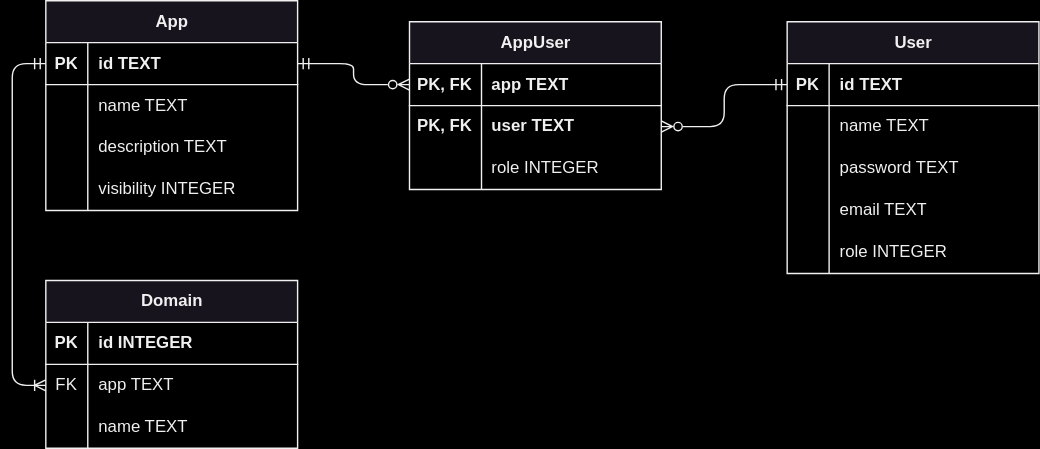
IamNanjo/authserver keeps this draw.io diagram as ER-diagram.svg. Above is the earlier version. Source tidied: cells renumbered, new cells last; positions are measured from the earlier drawing's top-left corner, leaving out a move shared by most shapes. The source it was exported from:
```xml
<mxGraphModel background="#000000">
  <root>
    <mxCell id="0" />
    <mxCell id="1" parent="0" />
    <mxCell id="2" value="App" style="shape=table;startSize=30;rowLines=0;fontStyle=1;align=center;html=1;" parent="1" vertex="1">
      <mxGeometry x="24" width="180" height="150" as="geometry" />
    </mxCell>
    <mxCell id="3" style="shape=tableRow;horizontal=0;startSize=0;swimlaneHead=0;swimlaneBody=0;fillColor=none;points=[[0,0.5],[1,0.5]];portConstraint=eastwest;top=0;left=0;right=0;bottom=1;fontStyle=0;" parent="2" vertex="1">
      <mxGeometry y="30" width="180" height="30" as="geometry" />
    </mxCell>
    <mxCell id="4" value="PK" style="shape=partialRectangle;fillColor=none;top=0;left=0;bottom=0;right=0;fontStyle=1;overflow=hidden;whiteSpace=wrap;html=1;" parent="3" vertex="1">
      <mxGeometry width="30" height="30" as="geometry" />
    </mxCell>
    <mxCell id="5" value="id TEXT" style="shape=partialRectangle;fillColor=none;top=0;left=0;bottom=0;right=0;align=left;spacingLeft=6;fontStyle=1;overflow=hidden;whiteSpace=wrap;html=1;" parent="3" vertex="1">
      <mxGeometry x="30" width="150" height="30" as="geometry" />
    </mxCell>
    <mxCell id="6" style="shape=tableRow;horizontal=0;startSize=0;swimlaneHead=0;swimlaneBody=0;fillColor=none;top=0;left=0;right=0;bottom=0;fontStyle=0;" parent="2" vertex="1">
      <mxGeometry y="60" width="180" height="30" as="geometry" />
    </mxCell>
    <mxCell id="7" style="shape=partialRectangle;fillColor=none;top=0;left=0;bottom=0;right=0;overflow=hidden;whiteSpace=wrap;html=1;fontStyle=0;" parent="6" vertex="1">
      <mxGeometry width="30" height="30" as="geometry" />
    </mxCell>
    <mxCell id="8" value="name TEXT" style="shape=partialRectangle;fillColor=none;top=0;left=0;bottom=0;right=0;align=left;spacingLeft=6;overflow=hidden;whiteSpace=wrap;html=1;fontStyle=0;" parent="6" vertex="1">
      <mxGeometry x="30" width="150" height="30" as="geometry" />
    </mxCell>
    <mxCell id="9" style="shape=tableRow;horizontal=0;startSize=0;swimlaneHead=0;swimlaneBody=0;fillColor=none;top=0;left=0;right=0;bottom=0;fontStyle=0;" parent="2" vertex="1">
      <mxGeometry y="90" width="180" height="30" as="geometry" />
    </mxCell>
    <mxCell id="10" style="shape=partialRectangle;fillColor=none;top=0;left=0;bottom=0;right=0;overflow=hidden;whiteSpace=wrap;html=1;fontStyle=0;" parent="9" vertex="1">
      <mxGeometry width="30" height="30" as="geometry" />
    </mxCell>
    <mxCell id="11" value="description TEXT" style="shape=partialRectangle;fillColor=none;top=0;left=0;bottom=0;right=0;align=left;spacingLeft=6;overflow=hidden;whiteSpace=wrap;html=1;fontStyle=0;" parent="9" vertex="1">
      <mxGeometry x="30" width="150" height="30" as="geometry" />
    </mxCell>
    <mxCell id="12" style="shape=tableRow;horizontal=0;startSize=0;swimlaneHead=0;swimlaneBody=0;fillColor=none;top=0;left=0;right=0;bottom=0;fontStyle=0;" parent="2" vertex="1">
      <mxGeometry y="120" width="180" height="30" as="geometry" />
    </mxCell>
    <mxCell id="13" style="shape=partialRectangle;fillColor=none;top=0;left=0;bottom=0;right=0;overflow=hidden;whiteSpace=wrap;html=1;fontStyle=0;" parent="12" vertex="1">
      <mxGeometry width="30" height="30" as="geometry" />
    </mxCell>
    <mxCell id="14" value="visibility INTEGER" style="shape=partialRectangle;fillColor=none;top=0;left=0;bottom=0;right=0;align=left;spacingLeft=6;overflow=hidden;whiteSpace=wrap;html=1;fontStyle=0;" parent="12" vertex="1">
      <mxGeometry x="30" width="150" height="30" as="geometry" />
    </mxCell>
    <mxCell id="15" value="User" style="shape=table;startSize=30;rowLines=0;fontStyle=1;align=center;html=1;" parent="1" vertex="1">
      <mxGeometry x="554" y="15" width="180" height="180" as="geometry" />
    </mxCell>
    <mxCell id="16" style="shape=tableRow;horizontal=0;startSize=0;swimlaneHead=0;swimlaneBody=0;fillColor=none;points=[[0,0.5],[1,0.5]];portConstraint=eastwest;top=0;left=0;right=0;bottom=1;fontStyle=0;" parent="15" vertex="1">
      <mxGeometry y="30" width="180" height="30" as="geometry" />
    </mxCell>
    <mxCell id="17" value="PK" style="shape=partialRectangle;fillColor=none;top=0;left=0;bottom=0;right=0;fontStyle=1;overflow=hidden;whiteSpace=wrap;html=1;" parent="16" vertex="1">
      <mxGeometry width="30" height="30" as="geometry" />
    </mxCell>
    <mxCell id="18" value="id TEXT" style="shape=partialRectangle;fillColor=none;top=0;left=0;bottom=0;right=0;align=left;spacingLeft=6;fontStyle=1;overflow=hidden;whiteSpace=wrap;html=1;" parent="16" vertex="1">
      <mxGeometry x="30" width="150" height="30" as="geometry" />
    </mxCell>
    <mxCell id="19" style="shape=tableRow;horizontal=0;startSize=0;swimlaneHead=0;swimlaneBody=0;fillColor=none;top=0;left=0;right=0;bottom=0;fontStyle=0;" parent="15" vertex="1">
      <mxGeometry y="60" width="180" height="30" as="geometry" />
    </mxCell>
    <mxCell id="20" style="shape=partialRectangle;fillColor=none;top=0;left=0;bottom=0;right=0;overflow=hidden;whiteSpace=wrap;html=1;fontStyle=0;" parent="19" vertex="1">
      <mxGeometry width="30" height="30" as="geometry" />
    </mxCell>
    <mxCell id="21" value="name TEXT" style="shape=partialRectangle;fillColor=none;top=0;left=0;bottom=0;right=0;align=left;spacingLeft=6;overflow=hidden;whiteSpace=wrap;html=1;fontStyle=0;" parent="19" vertex="1">
      <mxGeometry x="30" width="150" height="30" as="geometry" />
    </mxCell>
    <mxCell id="22" style="shape=tableRow;horizontal=0;startSize=0;swimlaneHead=0;swimlaneBody=0;fillColor=none;top=0;left=0;right=0;bottom=0;fontStyle=0;" parent="15" vertex="1">
      <mxGeometry y="90" width="180" height="30" as="geometry" />
    </mxCell>
    <mxCell id="23" style="shape=partialRectangle;fillColor=none;top=0;left=0;bottom=0;right=0;overflow=hidden;whiteSpace=wrap;html=1;fontStyle=0;" parent="22" vertex="1">
      <mxGeometry width="30" height="30" as="geometry" />
    </mxCell>
    <mxCell id="24" value="password TEXT" style="shape=partialRectangle;fillColor=none;top=0;left=0;bottom=0;right=0;align=left;spacingLeft=6;overflow=hidden;whiteSpace=wrap;html=1;fontStyle=0;" parent="22" vertex="1">
      <mxGeometry x="30" width="150" height="30" as="geometry" />
    </mxCell>
    <mxCell id="25" style="shape=tableRow;horizontal=0;startSize=0;swimlaneHead=0;swimlaneBody=0;fillColor=none;top=0;left=0;right=0;bottom=0;fontStyle=0;" parent="15" vertex="1">
      <mxGeometry y="120" width="180" height="30" as="geometry" />
    </mxCell>
    <mxCell id="26" style="shape=partialRectangle;fillColor=none;top=0;left=0;bottom=0;right=0;overflow=hidden;whiteSpace=wrap;html=1;fontStyle=0;" parent="25" vertex="1">
      <mxGeometry width="30" height="30" as="geometry" />
    </mxCell>
    <mxCell id="27" value="email TEXT" style="shape=partialRectangle;fillColor=none;top=0;left=0;bottom=0;right=0;align=left;spacingLeft=6;overflow=hidden;whiteSpace=wrap;html=1;fontStyle=0;" parent="25" vertex="1">
      <mxGeometry x="30" width="150" height="30" as="geometry" />
    </mxCell>
    <mxCell id="28" style="shape=tableRow;horizontal=0;startSize=0;swimlaneHead=0;swimlaneBody=0;fillColor=none;top=0;left=0;right=0;bottom=0;fontStyle=0;" parent="15" vertex="1">
      <mxGeometry y="150" width="180" height="30" as="geometry" />
    </mxCell>
    <mxCell id="29" style="shape=partialRectangle;fillColor=none;top=0;left=0;bottom=0;right=0;overflow=hidden;whiteSpace=wrap;html=1;fontStyle=0;" parent="28" vertex="1">
      <mxGeometry width="30" height="30" as="geometry" />
    </mxCell>
    <mxCell id="30" value="role INTEGER" style="shape=partialRectangle;fillColor=none;top=0;left=0;bottom=0;right=0;align=left;spacingLeft=6;overflow=hidden;whiteSpace=wrap;html=1;fontStyle=0;" parent="28" vertex="1">
      <mxGeometry x="30" width="150" height="30" as="geometry" />
    </mxCell>
    <mxCell id="31" value="AppUser" style="shape=table;startSize=30;rowLines=0;fontStyle=1;align=center;html=1;" parent="1" vertex="1">
      <mxGeometry x="284" y="15" width="180" height="120" as="geometry" />
    </mxCell>
    <mxCell id="32" style="shape=tableRow;horizontal=0;startSize=0;swimlaneHead=0;swimlaneBody=0;fillColor=none;points=[[0,0.5],[1,0.5]];portConstraint=eastwest;top=0;left=0;right=0;bottom=1;fontStyle=0;" parent="31" vertex="1">
      <mxGeometry y="30" width="180" height="30" as="geometry" />
    </mxCell>
    <mxCell id="33" value="PK, FK" style="shape=partialRectangle;fillColor=none;top=0;left=0;bottom=0;right=0;fontStyle=1;overflow=hidden;whiteSpace=wrap;html=1;" parent="32" vertex="1">
      <mxGeometry width="51.5" height="30" as="geometry" />
    </mxCell>
    <mxCell id="34" value="app TEXT" style="shape=partialRectangle;fillColor=none;top=0;left=0;bottom=0;right=0;align=left;spacingLeft=6;fontStyle=1;overflow=hidden;whiteSpace=wrap;html=1;" parent="32" vertex="1">
      <mxGeometry x="51.5" width="128.5" height="30" as="geometry" />
    </mxCell>
    <mxCell id="35" style="shape=tableRow;horizontal=0;startSize=0;swimlaneHead=0;swimlaneBody=0;fillColor=none;points=[[0,0.5],[1,0.5]];portConstraint=eastwest;top=0;left=0;right=0;bottom=0;fontStyle=1;" parent="31" vertex="1">
      <mxGeometry y="60" width="180" height="30" as="geometry" />
    </mxCell>
    <mxCell id="36" value="PK, FK" style="shape=partialRectangle;fillColor=none;top=0;left=0;bottom=0;right=0;overflow=hidden;whiteSpace=wrap;html=1;fontStyle=1;" parent="35" vertex="1">
      <mxGeometry width="51.5" height="30" as="geometry" />
    </mxCell>
    <mxCell id="37" value="user TEXT" style="shape=partialRectangle;fillColor=none;top=0;left=0;bottom=0;right=0;align=left;spacingLeft=6;overflow=hidden;whiteSpace=wrap;html=1;fontStyle=1;" parent="35" vertex="1">
      <mxGeometry x="51.5" width="128.5" height="30" as="geometry" />
    </mxCell>
    <mxCell id="38" style="shape=tableRow;horizontal=0;startSize=0;swimlaneHead=0;swimlaneBody=0;fillColor=none;top=0;left=0;right=0;bottom=0;fontStyle=0;" parent="31" vertex="1">
      <mxGeometry y="90" width="180" height="30" as="geometry" />
    </mxCell>
    <mxCell id="39" style="shape=partialRectangle;fillColor=none;top=0;left=0;bottom=0;right=0;overflow=hidden;whiteSpace=wrap;html=1;fontStyle=0;" parent="38" vertex="1">
      <mxGeometry width="51.5" height="30" as="geometry" />
    </mxCell>
    <mxCell id="40" value="role INTEGER" style="shape=partialRectangle;fillColor=none;top=0;left=0;bottom=0;right=0;align=left;spacingLeft=6;overflow=hidden;whiteSpace=wrap;html=1;fontStyle=0;" parent="38" vertex="1">
      <mxGeometry x="51.5" width="128.5" height="30" as="geometry" />
    </mxCell>
    <mxCell id="41" style="edgeStyle=orthogonalEdgeStyle;rounded=1;jettySize=auto;html=1;entryX=1;entryY=0.5;entryDx=0;entryDy=0;endArrow=ERmandOne;endFill=0;startArrow=ERzeroToMany;startFill=0;curved=0;" parent="1" edge="1" source="32" target="3">
      <mxGeometry relative="1" as="geometry" />
    </mxCell>
    <mxCell id="42" style="edgeStyle=orthogonalEdgeStyle;rounded=1;jettySize=auto;html=1;entryX=0;entryY=0.5;entryDx=0;entryDy=0;endArrow=ERmandOne;endFill=0;startArrow=ERzeroToMany;startFill=0;curved=0;" parent="1" edge="1" source="35" target="16">
      <mxGeometry relative="1" as="geometry" />
    </mxCell>
    <mxCell id="43" style="edgeStyle=orthogonalEdgeStyle;rounded=1;jettySize=auto;html=1;entryX=0;entryY=0.5;entryDx=0;entryDy=0;curved=0;startArrow=ERoneToMany;startFill=0;endArrow=ERmandOne;endFill=0;exitX=0;exitY=0.5;exitDx=0;exitDy=0;" parent="1" edge="1" source="48" target="3">
      <mxGeometry relative="1" as="geometry">
        <Array as="points">
          <mxPoint y="275" />
          <mxPoint y="45" />
        </Array>
      </mxGeometry>
    </mxCell>
    <mxCell id="44" value="Domain" style="shape=table;startSize=30;rowLines=0;fontStyle=1;align=center;html=1;" parent="1" vertex="1">
      <mxGeometry x="24" y="200" width="180" height="120" as="geometry" />
    </mxCell>
    <mxCell id="45" style="shape=tableRow;horizontal=0;startSize=0;swimlaneHead=0;swimlaneBody=0;fillColor=none;top=0;left=0;right=0;bottom=1;fontStyle=0;" parent="44" vertex="1">
      <mxGeometry y="30" width="180" height="30" as="geometry" />
    </mxCell>
    <mxCell id="46" value="PK" style="shape=partialRectangle;fillColor=none;top=0;left=0;bottom=0;right=0;fontStyle=1;overflow=hidden;whiteSpace=wrap;html=1;" parent="45" vertex="1">
      <mxGeometry width="30" height="30" as="geometry" />
    </mxCell>
    <mxCell id="47" value="id INTEGER" style="shape=partialRectangle;fillColor=none;top=0;left=0;bottom=0;right=0;align=left;spacingLeft=6;fontStyle=1;overflow=hidden;whiteSpace=wrap;html=1;" parent="45" vertex="1">
      <mxGeometry x="30" width="150" height="30" as="geometry" />
    </mxCell>
    <mxCell id="48" style="shape=tableRow;horizontal=0;startSize=0;swimlaneHead=0;swimlaneBody=0;fillColor=none;points=[[0,0.5],[1,0.5]];portConstraint=eastwest;top=0;left=0;right=0;bottom=0;fontStyle=0;" parent="44" vertex="1">
      <mxGeometry y="60" width="180" height="30" as="geometry" />
    </mxCell>
    <mxCell id="49" value="FK" style="shape=partialRectangle;fillColor=none;top=0;left=0;bottom=0;right=0;overflow=hidden;whiteSpace=wrap;html=1;fontStyle=0;" parent="48" vertex="1">
      <mxGeometry width="30" height="30" as="geometry" />
    </mxCell>
    <mxCell id="50" value="app TEXT" style="shape=partialRectangle;fillColor=none;top=0;left=0;bottom=0;right=0;align=left;spacingLeft=6;overflow=hidden;whiteSpace=wrap;html=1;fontStyle=0;" parent="48" vertex="1">
      <mxGeometry x="30" width="150" height="30" as="geometry" />
    </mxCell>
    <mxCell id="51" style="shape=tableRow;horizontal=0;startSize=0;swimlaneHead=0;swimlaneBody=0;fillColor=none;top=0;left=0;right=0;bottom=0;fontStyle=0;" parent="44" vertex="1">
      <mxGeometry y="90" width="180" height="30" as="geometry" />
    </mxCell>
    <mxCell id="52" style="shape=partialRectangle;fillColor=none;top=0;left=0;bottom=0;right=0;overflow=hidden;whiteSpace=wrap;html=1;fontStyle=0;" parent="51" vertex="1">
      <mxGeometry width="30" height="30" as="geometry" />
    </mxCell>
    <mxCell id="53" value="name TEXT" style="shape=partialRectangle;fillColor=none;top=0;left=0;bottom=0;right=0;align=left;spacingLeft=6;overflow=hidden;whiteSpace=wrap;html=1;fontStyle=0;" parent="51" vertex="1">
      <mxGeometry x="30" width="150" height="30" as="geometry" />
    </mxCell>
  </root>
</mxGraphModel>
```
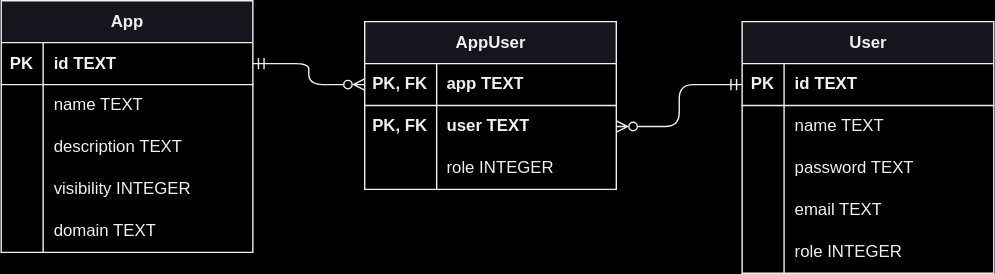
After the change.

Commit message:
Store unique domain in App table

What changed in the source:
```diff
@@ -3,7 +3,7 @@
     <mxCell id="0" />
     <mxCell id="1" parent="0" />
     <mxCell id="2" value="App" style="shape=table;startSize=30;rowLines=0;fontStyle=1;align=center;html=1;" parent="1" vertex="1">
-      <mxGeometry x="24" width="180" height="150" as="geometry" />
+      <mxGeometry x="24" width="180" height="180" as="geometry" />
     </mxCell>
     <mxCell id="3" style="shape=tableRow;horizontal=0;startSize=0;swimlaneHead=0;swimlaneBody=0;fillColor=none;points=[[0,0.5],[1,0.5]];portConstraint=eastwest;top=0;left=0;right=0;bottom=1;fontStyle=0;" parent="2" vertex="1">
       <mxGeometry y="30" width="180" height="30" as="geometry" />
@@ -41,6 +41,15 @@
     <mxCell id="14" value="visibility INTEGER" style="shape=partialRectangle;fillColor=none;top=0;left=0;bottom=0;right=0;align=left;spacingLeft=6;overflow=hidden;whiteSpace=wrap;html=1;fontStyle=0;" parent="12" vertex="1">
       <mxGeometry x="30" width="150" height="30" as="geometry" />
     </mxCell>
+    <mxCell id="54" style="shape=tableRow;horizontal=0;startSize=0;swimlaneHead=0;swimlaneBody=0;fillColor=none;top=0;left=0;right=0;bottom=0;fontStyle=0;" parent="2" vertex="1">
+      <mxGeometry y="150" width="180" height="30" as="geometry" />
+    </mxCell>
+    <mxCell id="52" style="shape=partialRectangle;fillColor=none;top=0;left=0;bottom=0;right=0;overflow=hidden;whiteSpace=wrap;html=1;fontStyle=0;" parent="54" vertex="1">
+      <mxGeometry width="30" height="30" as="geometry" />
+    </mxCell>
+    <mxCell id="55" value="domain TEXT" style="shape=partialRectangle;fillColor=none;top=0;left=0;bottom=0;right=0;align=left;spacingLeft=6;overflow=hidden;whiteSpace=wrap;html=1;fontStyle=0;" parent="54" vertex="1">
+      <mxGeometry x="30" width="150" height="30" as="geometry" />
+    </mxCell>
     <mxCell id="15" value="User" style="shape=table;startSize=30;rowLines=0;fontStyle=1;align=center;html=1;" parent="1" vertex="1">
       <mxGeometry x="554" y="15" width="180" height="180" as="geometry" />
     </mxCell>
@@ -125,43 +134,5 @@
     <mxCell id="42" style="edgeStyle=orthogonalEdgeStyle;rounded=1;jettySize=auto;html=1;entryX=0;entryY=0.5;entryDx=0;entryDy=0;endArrow=ERmandOne;endFill=0;startArrow=ERzeroToMany;startFill=0;curved=0;" parent="1" edge="1" source="35" target="16">
       <mxGeometry relative="1" as="geometry" />
     </mxCell>
-    <mxCell id="43" style="edgeStyle=orthogonalEdgeStyle;rounded=1;jettySize=auto;html=1;entryX=0;entryY=0.5;entryDx=0;entryDy=0;curved=0;startArrow=ERoneToMany;startFill=0;endArrow=ERmandOne;endFill=0;exitX=0;exitY=0.5;exitDx=0;exitDy=0;" parent="1" edge="1" source="48" target="3">
-      <mxGeometry relative="1" as="geometry">
-        <Array as="points">
-          <mxPoint y="275" />
-          <mxPoint y="45" />
-        </Array>
-      </mxGeometry>
-    </mxCell>
-    <mxCell id="44" value="Domain" style="shape=table;startSize=30;rowLines=0;fontStyle=1;align=center;html=1;" parent="1" vertex="1">
-      <mxGeometry x="24" y="200" width="180" height="120" as="geometry" />
-    </mxCell>
-    <mxCell id="45" style="shape=tableRow;horizontal=0;startSize=0;swimlaneHead=0;swimlaneBody=0;fillColor=none;top=0;left=0;right=0;bottom=1;fontStyle=0;" parent="44" vertex="1">
-      <mxGeometry y="30" width="180" height="30" as="geometry" />
-    </mxCell>
-    <mxCell id="46" value="PK" style="shape=partialRectangle;fillColor=none;top=0;left=0;bottom=0;right=0;fontStyle=1;overflow=hidden;whiteSpace=wrap;html=1;" parent="45" vertex="1">
-      <mxGeometry width="30" height="30" as="geometry" />
-    </mxCell>
-    <mxCell id="47" value="id INTEGER" style="shape=partialRectangle;fillColor=none;top=0;left=0;bottom=0;right=0;align=left;spacingLeft=6;fontStyle=1;overflow=hidden;whiteSpace=wrap;html=1;" parent="45" vertex="1">
-      <mxGeometry x="30" width="150" height="30" as="geometry" />
-    </mxCell>
-    <mxCell id="48" style="shape=tableRow;horizontal=0;startSize=0;swimlaneHead=0;swimlaneBody=0;fillColor=none;points=[[0,0.5],[1,0.5]];portConstraint=eastwest;top=0;left=0;right=0;bottom=0;fontStyle=0;" parent="44" vertex="1">
-      <mxGeometry y="60" width="180" height="30" as="geometry" />
-    </mxCell>
-    <mxCell id="49" value="FK" style="shape=partialRectangle;fillColor=none;top=0;left=0;bottom=0;right=0;overflow=hidden;whiteSpace=wrap;html=1;fontStyle=0;" parent="48" vertex="1">
-      <mxGeometry width="30" height="30" as="geometry" />
-    </mxCell>
-    <mxCell id="50" value="app TEXT" style="shape=partialRectangle;fillColor=none;top=0;left=0;bottom=0;right=0;align=left;spacingLeft=6;overflow=hidden;whiteSpace=wrap;html=1;fontStyle=0;" parent="48" vertex="1">
-      <mxGeometry x="30" width="150" height="30" as="geometry" />
-    </mxCell>
-    <mxCell id="51" style="shape=tableRow;horizontal=0;startSize=0;swimlaneHead=0;swimlaneBody=0;fillColor=none;top=0;left=0;right=0;bottom=0;fontStyle=0;" parent="44" vertex="1">
-      <mxGeometry y="90" width="180" height="30" as="geometry" />
-    </mxCell>
-    <mxCell id="52" style="shape=partialRectangle;fillColor=none;top=0;left=0;bottom=0;right=0;overflow=hidden;whiteSpace=wrap;html=1;fontStyle=0;" parent="51" vertex="1">
-      <mxGeometry width="30" height="30" as="geometry" />
-    </mxCell>
-    <mxCell id="53" value="name TEXT" style="shape=partialRectangle;fillColor=none;top=0;left=0;bottom=0;right=0;align=left;spacingLeft=6;overflow=hidden;whiteSpace=wrap;html=1;fontStyle=0;" parent="51" vertex="1">
-      <mxGeometry x="30" width="150" height="30" as="geometry" />
-    </mxCell>
   </root>
 </mxGraphModel>
```
